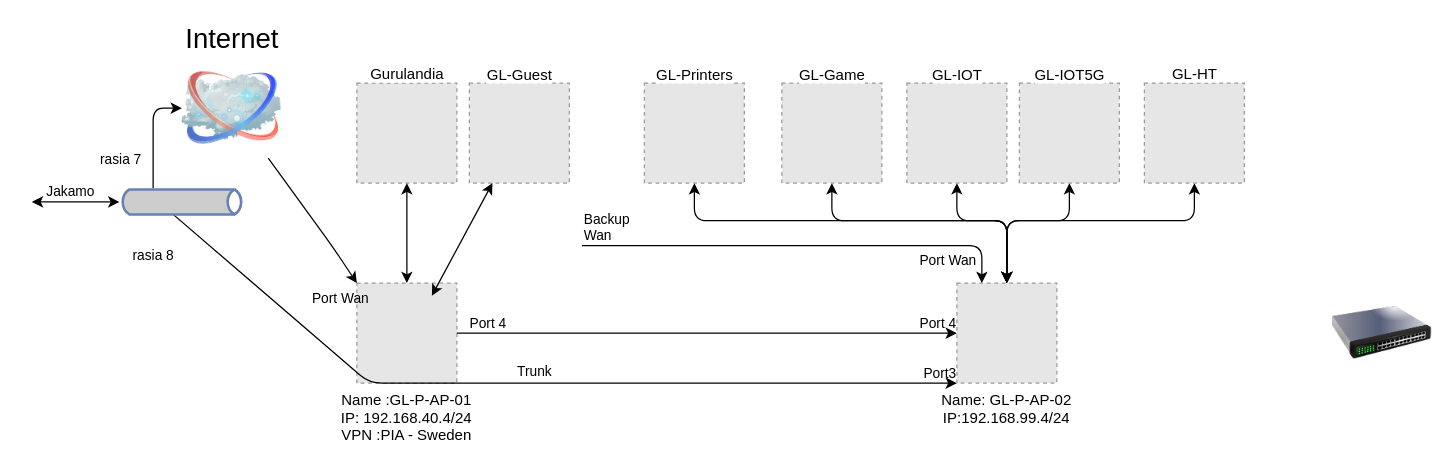
Above: Gurulandia-Network.drawio in Harjanator/network-diagrams (draw.io), before the change. Source tidied: cells renumbered, new cells numbered last; positions are measured from the earlier drawing's top-left corner, leaving out a move shared by most shapes. Both pictures are drawn from the tidied source at 125%, with x=0, y=0 at pixel (31, 58). Pictures stored in the file or linked from it are replaced by grey dashed boxes.
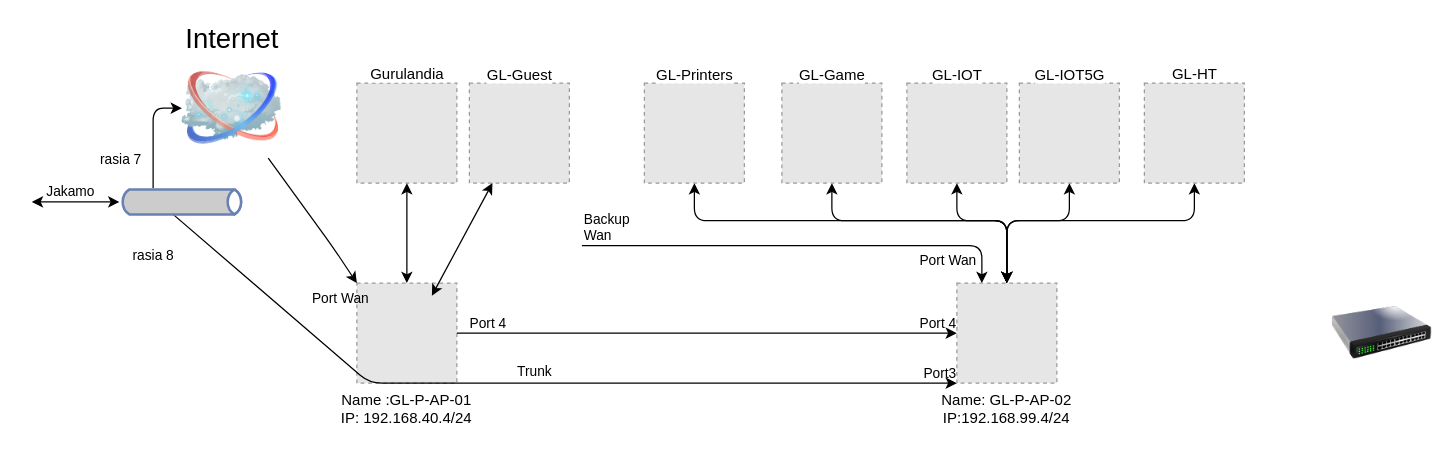
Above is the later version.

The edit, as a diff of the source:
```diff
@@
-    <mxCell id="2" value="Name :GL-P-AP-01&#10;IP: 192.168.40.4/24&#10;VPN :PIA - Sweden" style="fillColor=#E6E6E6;strokeColor=#999999;dashed=1;verticalLabelPosition=bottom;labelBackgroundColor=default;verticalAlign=top;" parent="1" vertex="1">
+    <mxCell id="2" value="Name :GL-P-AP-01&#10;IP: 192.168.40.4/24" style="fillColor=#E6E6E6;strokeColor=#999999;dashed=1;verticalLabelPosition=bottom;labelBackgroundColor=default;verticalAlign=top;" parent="1" vertex="1">
       <mxGeometry x="260" y="180" width="80" height="80" as="geometry" />
     </mxCell>
```
